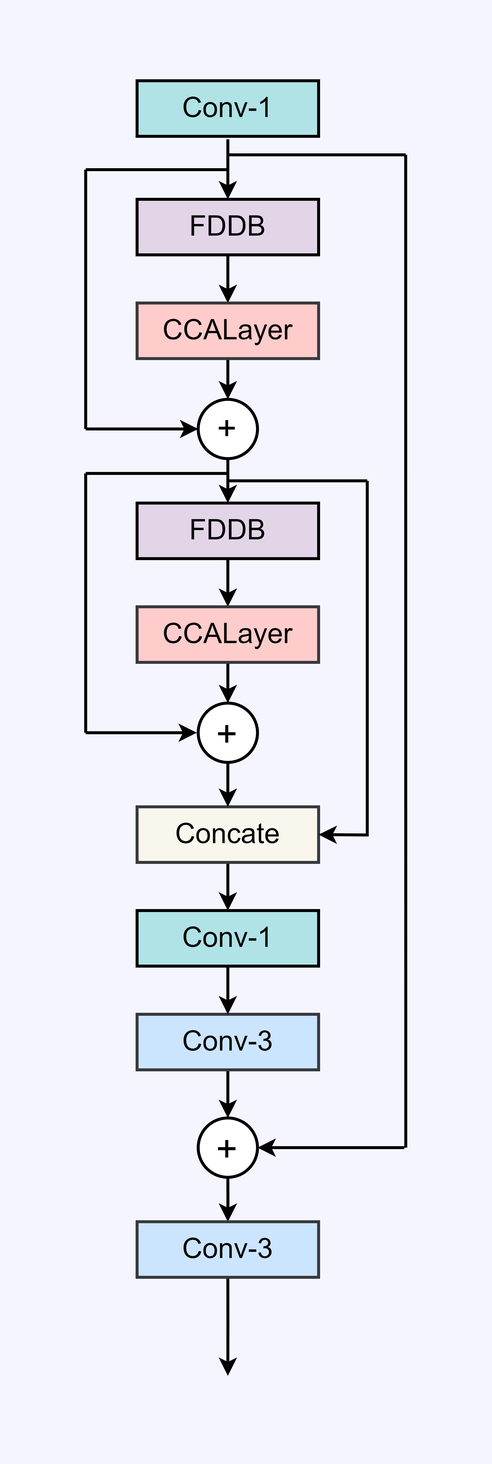
The draw.io diagram write_article/Network_changed (1).png in ThisisVikki/ITM-baseline, before a commit. Source tidied: cells renumbered, new cells last; positions are measured from the earlier drawing's top-left corner, leaving out a move shared by most shapes.
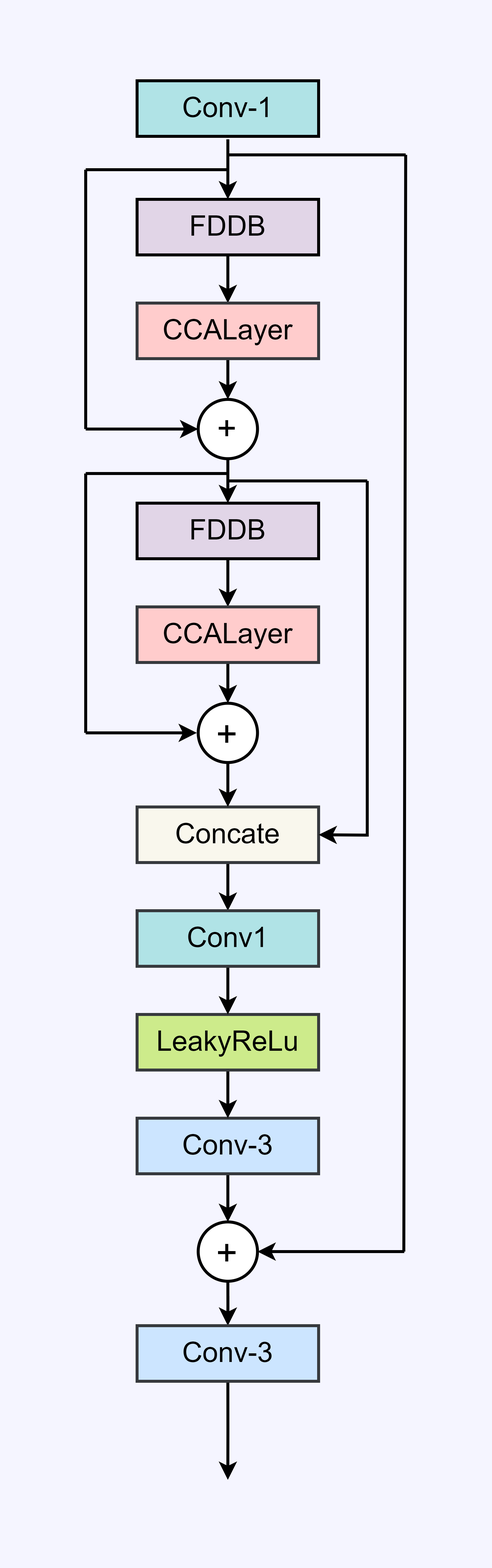
After the change.

The edit, as a diff of the source:
```diff
@@ -18,38 +18,34 @@
       <mxGeometry relative="1" as="geometry" />
     </mxCell>
     <mxCell id="7" value="&lt;font style=&quot;font-size: 25px;&quot;&gt;+&lt;/font&gt;" style="ellipse;whiteSpace=wrap;html=1;fontSize=16;direction=east;strokeWidth=2;" parent="1" vertex="1">
-      <mxGeometry x="76.2" y="700" width="40" height="40" as="geometry" />
+      <mxGeometry x="76.2" y="770" width="40" height="40" as="geometry" />
     </mxCell>
     <mxCell id="8" style="edgeStyle=orthogonalEdgeStyle;rounded=0;jettySize=auto;html=1;exitX=0.5;exitY=1;exitDx=0;exitDy=0;entryX=0.5;entryY=0;entryDx=0;entryDy=0;strokeWidth=2;" parent="1" edge="1" source="9" target="7">
       <mxGeometry relative="1" as="geometry" />
     </mxCell>
     <mxCell id="9" value="&lt;p&gt;&lt;font style=&quot;font-size: 19px;&quot;&gt;Conv-3&lt;/font&gt;&lt;/p&gt;" style="rounded=0;whiteSpace=wrap;html=1;rotation=0;horizontal=1;fillColor=#cce5ff;strokeColor=#36393d;direction=east;strokeWidth=2;" parent="1" vertex="1">
-      <mxGeometry x="35" y="630" width="122.5" height="37.5" as="geometry" />
+      <mxGeometry x="35" y="700" width="122.5" height="37.5" as="geometry" />
     </mxCell>
     <mxCell id="10" style="endArrow=classic;html=1;rounded=0;exitX=0.5;exitY=1;exitDx=0;exitDy=0;entryX=0.5;entryY=0;entryDx=0;entryDy=0;strokeWidth=2;" parent="1" edge="1" target="3">
       <mxGeometry relative="1" as="geometry">
         <mxPoint x="96.2" y="39.5" as="sourcePoint" />
       </mxGeometry>
     </mxCell>
-    <mxCell id="11" style="edgeStyle=orthogonalEdgeStyle;rounded=0;jettySize=auto;html=1;exitX=0.5;exitY=1;exitDx=0;exitDy=0;entryX=0.5;entryY=0;entryDx=0;entryDy=0;strokeWidth=2;" parent="1" edge="1" source="12" target="14">
-      <mxGeometry relative="1" as="geometry" />
+    <mxCell id="11" style="edgeStyle=orthogonalEdgeStyle;rounded=0;jettySize=auto;html=1;exitX=0.5;exitY=1;exitDx=0;exitDy=0;entryX=0.5;entryY=0;entryDx=0;entryDy=0;strokeWidth=2;" parent="1" edge="1" source="12">
+      <mxGeometry relative="1" as="geometry">
+        <mxPoint x="96.2" y="560" as="targetPoint" />
+      </mxGeometry>
     </mxCell>
     <mxCell id="12" value="&lt;p&gt;&lt;font style=&quot;font-size: 19px;&quot;&gt;Concate&lt;/font&gt;&lt;/p&gt;" style="rounded=0;whiteSpace=wrap;html=1;rotation=0;horizontal=1;fillColor=#f9f7ed;strokeColor=#36393d;direction=east;strokeWidth=2;" parent="1" vertex="1">
       <mxGeometry x="35" y="490" width="122.5" height="37.5" as="geometry" />
     </mxCell>
-    <mxCell id="13" style="edgeStyle=orthogonalEdgeStyle;rounded=0;jettySize=auto;html=1;exitX=0.5;exitY=1;exitDx=0;exitDy=0;entryX=0.5;entryY=0;entryDx=0;entryDy=0;strokeWidth=2;" parent="1" edge="1" source="14" target="9">
-      <mxGeometry relative="1" as="geometry" />
-    </mxCell>
-    <mxCell id="14" value="&lt;p&gt;&lt;font style=&quot;font-size: 19px;&quot;&gt;Conv-1&lt;/font&gt;&lt;/p&gt;" style="rounded=0;whiteSpace=wrap;html=1;rotation=0;horizontal=1;fillColor=#b0e3e6;strokeColor=#000000;direction=east;strokeWidth=2;" parent="1" vertex="1">
-      <mxGeometry x="35" y="560" width="122.5" height="37.5" as="geometry" />
-    </mxCell>
     <mxCell id="15" style="edgeStyle=orthogonalEdgeStyle;rounded=0;jettySize=auto;html=1;exitX=0.5;exitY=1;exitDx=0;exitDy=0;strokeWidth=2;" parent="1" edge="1" source="16">
       <mxGeometry relative="1" as="geometry">
-        <mxPoint x="96.2" y="874" as="targetPoint" />
+        <mxPoint x="96.2" y="944" as="targetPoint" />
       </mxGeometry>
     </mxCell>
     <mxCell id="16" value="&lt;p&gt;&lt;font style=&quot;font-size: 19px;&quot;&gt;Conv-3&lt;/font&gt;&lt;/p&gt;" style="rounded=0;whiteSpace=wrap;html=1;rotation=0;horizontal=1;fillColor=#cce5ff;strokeColor=#36393d;direction=east;strokeWidth=2;" parent="1" vertex="1">
-      <mxGeometry x="35" y="770" width="122.5" height="37.5" as="geometry" />
+      <mxGeometry x="35" y="840" width="122.5" height="37.5" as="geometry" />
     </mxCell>
     <mxCell id="17" value="&lt;p&gt;&lt;font style=&quot;font-size: 19px;&quot;&gt;Conv-1&lt;/font&gt;&lt;/p&gt;" style="rounded=0;whiteSpace=wrap;html=1;rotation=0;horizontal=1;fillColor=#b0e3e6;strokeColor=#000000;direction=east;strokeWidth=2;" parent="1" vertex="1">
       <mxGeometry x="35" width="122.5" height="37.5" as="geometry" />
@@ -63,12 +59,12 @@
     <mxCell id="19" style="endArrow=none;html=1;rounded=0;fontSize=16;strokeWidth=2;" parent="1" edge="1">
       <mxGeometry relative="1" as="geometry">
         <mxPoint x="216.2" y="50" as="sourcePoint" />
-        <mxPoint x="216.3" y="720" as="targetPoint" />
+        <mxPoint x="215" y="790" as="targetPoint" />
       </mxGeometry>
     </mxCell>
     <mxCell id="20" style="endArrow=classic;html=1;rounded=0;fontSize=16;entryX=1;entryY=0.5;entryDx=0;entryDy=0;strokeWidth=2;" parent="1" edge="1" target="7">
       <mxGeometry relative="1" as="geometry">
-        <mxPoint x="215.3" y="720" as="sourcePoint" />
+        <mxPoint x="215.3" y="790" as="sourcePoint" />
       </mxGeometry>
     </mxCell>
     <mxCell id="21" style="endArrow=none;html=1;rounded=0;fontSize=16;strokeWidth=2;" parent="1" edge="1">
@@ -150,5 +146,17 @@
         <mxPoint x="190.3" y="509" as="sourcePoint" />
       </mxGeometry>
     </mxCell>
+    <mxCell id="38" style="edgeStyle=orthogonalEdgeStyle;rounded=0;jettySize=auto;html=1;exitX=0.5;exitY=1;exitDx=0;exitDy=0;entryX=0.5;entryY=0;entryDx=0;entryDy=0;strokeWidth=2;" parent="1" edge="1" source="39" target="9">
+      <mxGeometry relative="1" as="geometry" />
+    </mxCell>
+    <mxCell id="39" value="&lt;p&gt;&lt;span style=&quot;font-size: 19px;&quot;&gt;LeakyReLu&lt;/span&gt;&lt;/p&gt;" style="rounded=0;whiteSpace=wrap;html=1;rotation=0;horizontal=1;fillColor=#cdeb8b;strokeColor=#36393d;direction=east;strokeWidth=2;" parent="1" vertex="1">
+      <mxGeometry x="35" y="630" width="122.5" height="37.5" as="geometry" />
+    </mxCell>
+    <mxCell id="40" style="edgeStyle=orthogonalEdgeStyle;rounded=0;jettySize=auto;html=1;exitX=0.5;exitY=1;exitDx=0;exitDy=0;entryX=0.5;entryY=0;entryDx=0;entryDy=0;strokeWidth=2;" parent="1" edge="1" source="41" target="39">
+      <mxGeometry relative="1" as="geometry" />
+    </mxCell>
+    <mxCell id="41" value="&lt;p&gt;&lt;span style=&quot;font-size: 19px;&quot;&gt;Conv1&lt;/span&gt;&lt;/p&gt;" style="rounded=0;whiteSpace=wrap;html=1;rotation=0;horizontal=1;fillColor=#B0E3E6;strokeColor=#36393d;direction=east;strokeWidth=2;" parent="1" vertex="1">
+      <mxGeometry x="35" y="560" width="122.5" height="37.5" as="geometry" />
+    </mxCell>
   </root>
 </mxGraphModel>
```
